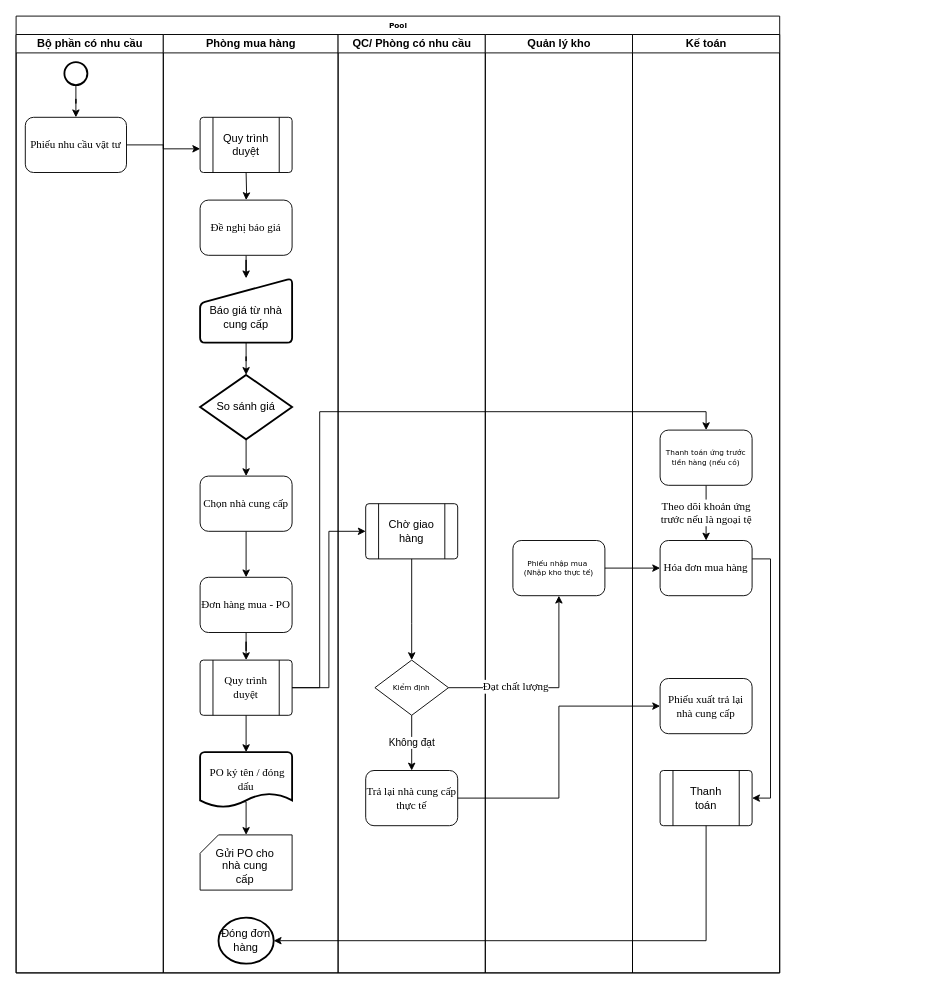
Above: Purchase_Process.drawio in SungPN/Diagram-VRG (draw.io), before the change. Source tidied: cells renumbered, new cells numbered last; positions are measured from the earlier drawing's top-left corner, leaving out a move shared by most shapes. Both pictures are drawn from the tidied source at 92%, with x=0, y=0 at pixel (16, 16).
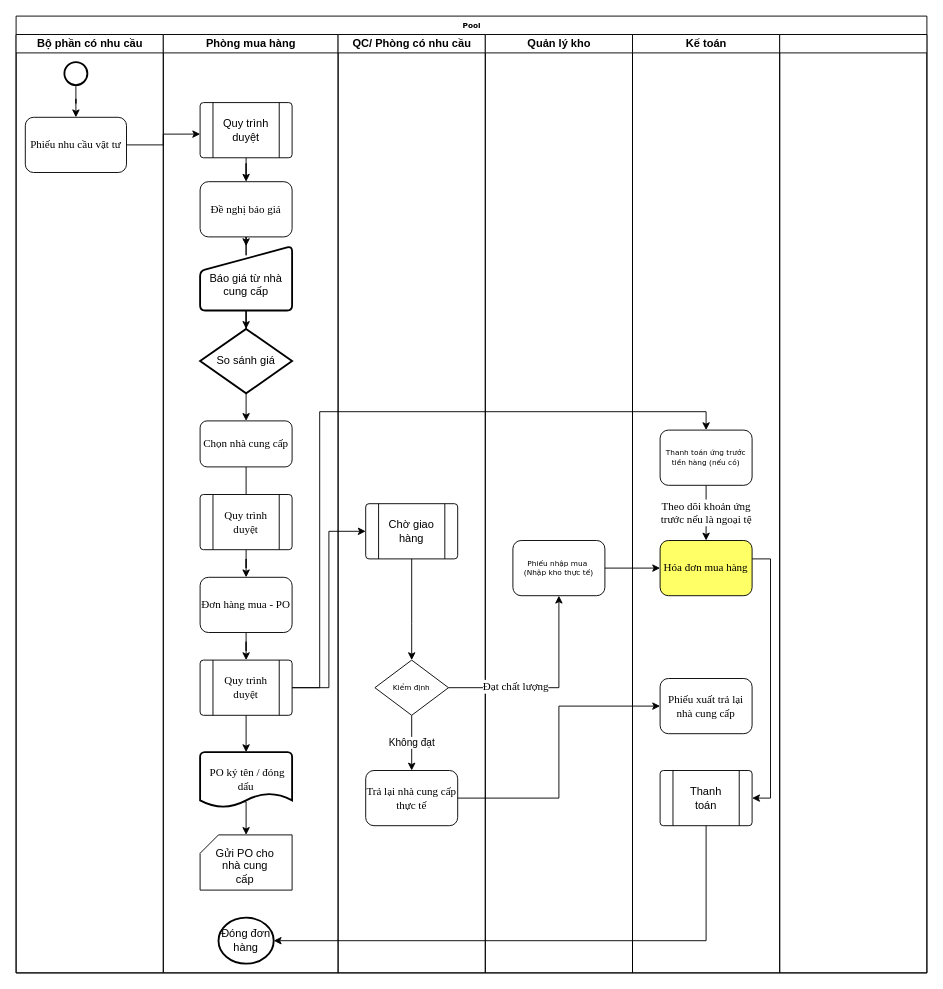
Above is the later version.

The change refers to these unchanged cells:
```xml
<mxCell id="7" value="Phòng mua hàng" style="swimlane;html=1;startSize=20;" parent="2" vertex="1">
  <mxGeometry x="160" y="20" width="190" height="1020" as="geometry" />
</mxCell>
<mxCell id="9" value="&lt;font face=&quot;Times New Roman&quot; style=&quot;font-size: 12px;&quot;&gt;Đơn hàng mua - PO&lt;/font&gt;" style="rounded=1;whiteSpace=wrap;html=1;shadow=0;labelBackgroundColor=none;strokeWidth=1;fontFamily=Verdana;fontSize=8;align=center;" parent="7" vertex="1">
  <mxGeometry x="40" y="590" width="100" height="60" as="geometry" />
</mxCell>
<mxCell id="28" style="verticalLabelPosition=bottom;verticalAlign=top;html=1;shape=process;whiteSpace=wrap;rounded=1;size=0.14;arcSize=6;" parent="27" vertex="1">
  <mxGeometry width="100" height="60" as="geometry" />
</mxCell>
<mxCell id="42" value="Kế toán" style="swimlane;html=1;startSize=20;" parent="2" vertex="1">
  <mxGeometry x="670" y="20" width="160" height="1020" as="geometry" />
</mxCell>
```

Diff of the diagram source:
```diff
@@
     <mxCell id="2" value="Pool" style="swimlane;html=1;startSize=20;rounded=0;shadow=0;labelBackgroundColor=none;strokeWidth=1;fontFamily=Verdana;fontSize=8;align=center;" parent="1" vertex="1">
-      <mxGeometry width="830" height="1040" as="geometry" />
+      <mxGeometry width="990" height="1040" as="geometry" />
     </mxCell>
@@
     <mxCell id="11" value="So sánh giá" style="strokeWidth=2;html=1;shape=mxgraph.flowchart.decision;whiteSpace=wrap;shadow=0;" parent="7" vertex="1">
-      <mxGeometry x="40" y="370" width="100" height="70" as="geometry" />
+      <mxGeometry x="40" y="320" width="100" height="70" as="geometry" />
     </mxCell>
-    <mxCell id="12" style="edgeStyle=orthogonalEdgeStyle;rounded=0;jettySize=auto;html=1;entryX=0.5;entryY=0;entryDx=0;entryDy=0;fontFamily=Times New Roman;fontSize=12;" parent="7" edge="1" source="13" target="9">
-      <mxGeometry relative="1" as="geometry" />
-    </mxCell>
+    <mxCell id="59" style="edgeStyle=orthogonalEdgeStyle;rounded=0;jettySize=auto;html=1;entryX=0.5;entryY=0;entryDx=0;entryDy=0;" parent="7" edge="1" source="13" target="62">
+      <mxGeometry relative="1" as="geometry" />
+    </mxCell>
     <mxCell id="13" value="&lt;font face=&quot;Times New Roman&quot; style=&quot;font-size: 12px;&quot;&gt;Chọn nhà cung cấp&lt;/font&gt;" style="rounded=1;whiteSpace=wrap;html=1;shadow=0;labelBackgroundColor=none;strokeWidth=1;fontFamily=Verdana;fontSize=8;align=center;" parent="7" vertex="1">
-      <mxGeometry x="40" y="480" width="100" height="60" as="geometry" />
+      <mxGeometry x="40" y="420" width="100" height="50" as="geometry" />
     </mxCell>
@@
     <mxCell id="15" value="&lt;font face=&quot;Times New Roman&quot; style=&quot;font-size: 12px;&quot;&gt;Đề nghị báo giá&lt;/font&gt;" style="rounded=1;whiteSpace=wrap;html=1;shadow=0;labelBackgroundColor=none;strokeWidth=1;fontFamily=Verdana;fontSize=8;align=center;" parent="7" vertex="1">
-      <mxGeometry x="40" y="180" width="100" height="60" as="geometry" />
+      <mxGeometry x="40" y="160" width="100" height="60" as="geometry" />
     </mxCell>
@@
     <mxCell id="17" value="&lt;br&gt;Báo giá từ nhà cung cấp" style="html=1;strokeWidth=2;shape=manualInput;whiteSpace=wrap;rounded=1;size=27;arcSize=11;" parent="7" vertex="1">
-      <mxGeometry x="40" y="265" width="100" height="70" as="geometry" />
+      <mxGeometry x="40" y="230" width="100" height="70" as="geometry" />
     </mxCell>
@@
     <mxCell id="27" style="group;" parent="7" vertex="1">
-      <mxGeometry x="40" y="90" width="100" height="60" as="geometry" />
+      <mxGeometry x="40" y="74" width="100" height="60" as="geometry" />
     </mxCell>
@@
-    <mxCell id="31" style="edgeStyle=orthogonalEdgeStyle;rounded=0;jettySize=auto;html=1;fontFamily=Times New Roman;fontSize=12;" parent="7" edge="1" target="15">
-      <mxGeometry relative="1" as="geometry">
-        <mxPoint x="90" y="150" as="sourcePoint" />
-      </mxGeometry>
+    <mxCell id="31" style="edgeStyle=orthogonalEdgeStyle;rounded=0;jettySize=auto;html=1;fontFamily=Times New Roman;fontSize=12;exitX=0.5;exitY=1;exitDx=0;exitDy=0;" parent="7" edge="1" source="28" target="15">
+      <mxGeometry relative="1" as="geometry" />
     </mxCell>
+    <mxCell id="60" style="edgeStyle=orthogonalEdgeStyle;rounded=0;jettySize=auto;html=1;" parent="7" edge="1" source="61" target="9">
+      <mxGeometry relative="1" as="geometry" />
+    </mxCell>
+    <mxCell id="61" style="verticalLabelPosition=bottom;verticalAlign=top;html=1;shape=process;whiteSpace=wrap;rounded=1;size=0.14;arcSize=6;" parent="7" vertex="1">
+      <mxGeometry x="40" y="500" width="100" height="60" as="geometry" />
+    </mxCell>
+    <mxCell id="62" value="&lt;font style=&quot;font-size: 12px;&quot; face=&quot;Times New Roman&quot;&gt;Quy trình duyệt&lt;/font&gt;" style="text;html=1;strokeColor=none;fillColor=none;align=center;verticalAlign=middle;whiteSpace=wrap;rounded=0;" parent="7" vertex="1">
+      <mxGeometry x="60" y="515" width="60" height="30" as="geometry" />
+    </mxCell>
@@
-    <mxCell id="44" value="&lt;font style=&quot;font-size: 12px;&quot; face=&quot;Times New Roman&quot;&gt;Hóa đơn mua hàng&lt;/font&gt;" style="rounded=1;whiteSpace=wrap;html=1;shadow=0;labelBackgroundColor=none;strokeWidth=1;fontFamily=Verdana;fontSize=8;align=center;" parent="42" vertex="1">
+    <mxCell id="44" value="&lt;font style=&quot;font-size: 12px;&quot; face=&quot;Times New Roman&quot;&gt;Hóa đơn mua hàng&lt;/font&gt;" style="rounded=1;whiteSpace=wrap;html=1;shadow=0;labelBackgroundColor=none;strokeWidth=1;fontFamily=Verdana;fontSize=8;align=center;fillColor=#FFFF66;" parent="42" vertex="1">
       <mxGeometry x="30" y="550" width="100" height="60" as="geometry" />
     </mxCell>
@@
+    <mxCell id="63" style="swimlane;html=1;startSize=20;" parent="2" vertex="1">
+      <mxGeometry x="830" y="20" width="160" height="1020" as="geometry" />
+    </mxCell>
```
